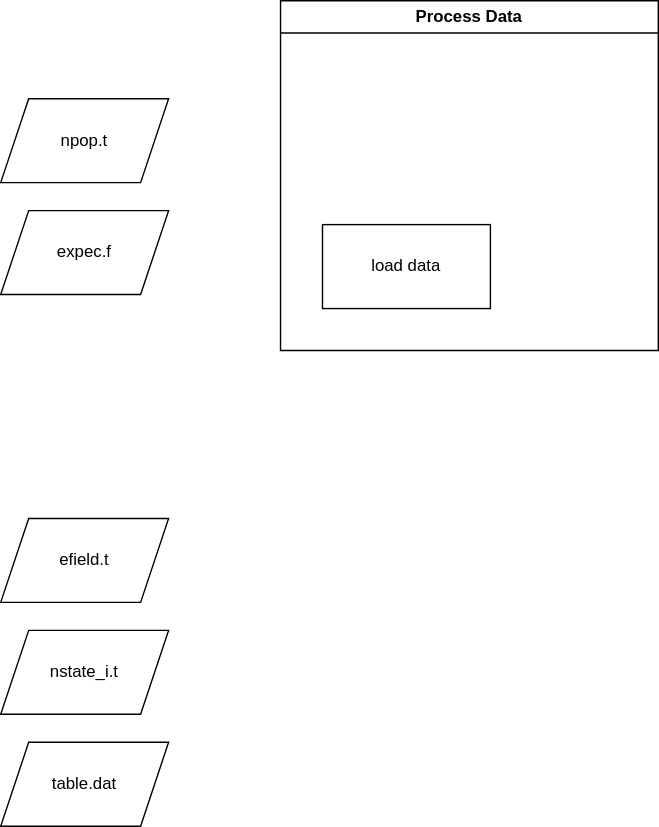
Earlier version of the draw.io export ssd-py-pkg.drawio.svg (matheus-bp/ssd-repo). Source tidied: cells renumbered, new cells last; positions are measured from the earlier drawing's top-left corner, leaving out a move shared by most shapes.
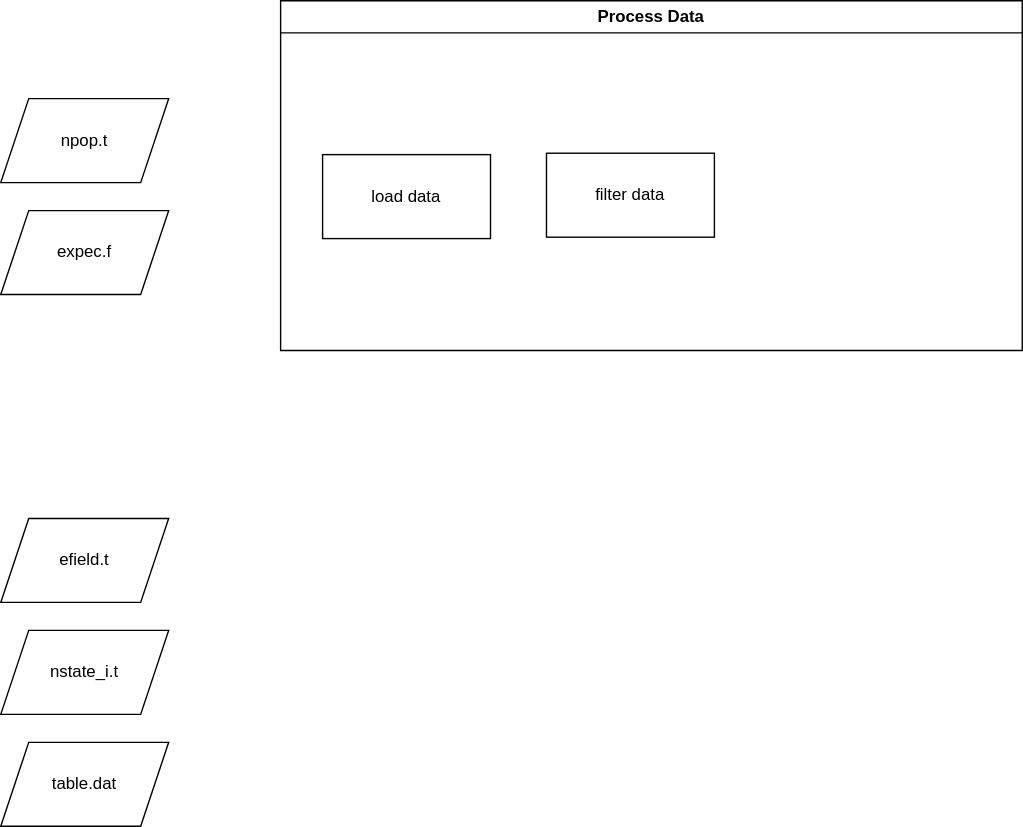
The same file after the commit.

Diff of the diagram source:
```diff
@@ -18,10 +18,13 @@
       <mxGeometry y="530" width="120" height="60" as="geometry" />
     </mxCell>
     <mxCell id="7" value="&lt;div&gt;Process Data&lt;/div&gt;" style="swimlane;whiteSpace=wrap;html=1;rounded=0;strokeColor=default;align=center;verticalAlign=middle;fontFamily=Helvetica;fontSize=12;fontColor=default;fillColor=default;" parent="1" vertex="1">
-      <mxGeometry x="200" width="270" height="250" as="geometry" />
+      <mxGeometry x="200" width="530" height="250" as="geometry" />
     </mxCell>
     <mxCell id="8" value="load data" style="rounded=0;whiteSpace=wrap;html=1;strokeColor=default;align=center;verticalAlign=middle;fontFamily=Helvetica;fontSize=12;fontColor=default;fillColor=default;" parent="1" vertex="1">
-      <mxGeometry x="230" y="160" width="120" height="60" as="geometry" />
+      <mxGeometry x="230" y="110" width="120" height="60" as="geometry" />
     </mxCell>
+    <mxCell id="9" value="&lt;div&gt;filter data&lt;/div&gt;" style="rounded=0;whiteSpace=wrap;html=1;strokeColor=default;align=center;verticalAlign=middle;fontFamily=Helvetica;fontSize=12;fontColor=default;fillColor=default;" parent="1" vertex="1">
+      <mxGeometry x="390" y="109" width="120" height="60" as="geometry" />
+    </mxCell>
   </root>
 </mxGraphModel>
```
